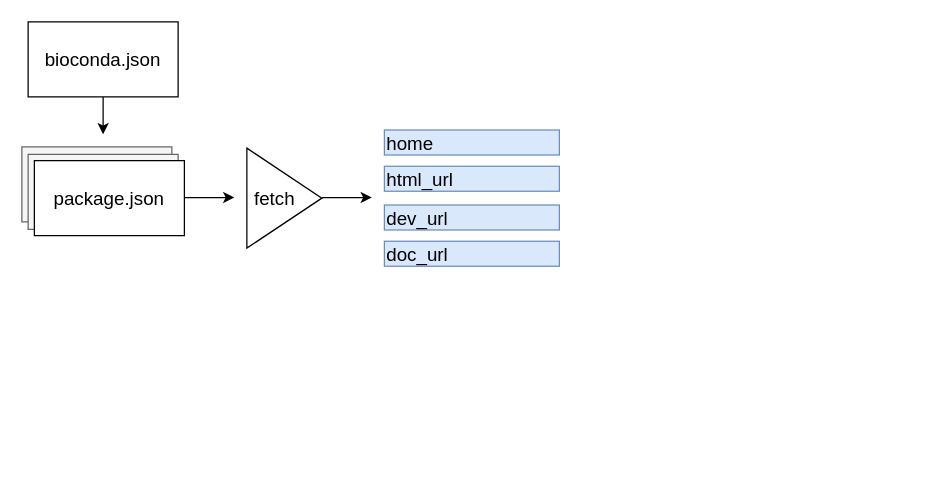
The draw.io diagram images/biocondor.drawio in telatin/blank-gh-site, before the edit. Source tidied: cells renumbered, new cells numbered last; positions are measured from the earlier drawing's top-left corner, leaving out a move shared by most shapes. Both pictures are drawn from the tidied source at 125%, with x=0, y=0 at pixel (21, 21).
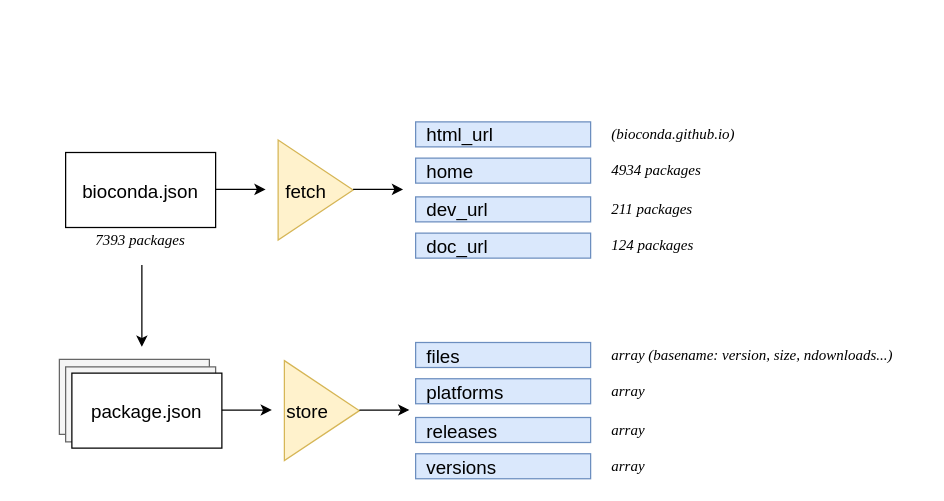
The same diagram, later.

What changed in the source:
```diff
@@
-    <mxCell id="2" style="edgeStyle=orthogonalEdgeStyle;rounded=0;jettySize=auto;html=1;" parent="1" edge="1" source="3">
-      <mxGeometry relative="1" as="geometry">
-        <mxPoint x="65" y="90" as="targetPoint" />
-      </mxGeometry>
-    </mxCell>
     <mxCell id="3" value="bioconda.json" style="rounded=0;whiteSpace=wrap;html=1;fontSize=15;" parent="1" vertex="1">
-      <mxGeometry x="5" width="120" height="60" as="geometry" />
+      <mxGeometry x="35" y="104.5" width="120" height="60" as="geometry" />
     </mxCell>
     <mxCell id="4" style="rounded=0;whiteSpace=wrap;html=1;fillColor=#f5f5f5;strokeColor=#666666;fontColor=#333333;" parent="1" vertex="1">
-      <mxGeometry y="100" width="120" height="60" as="geometry" />
+      <mxGeometry x="30" y="270" width="120" height="60" as="geometry" />
     </mxCell>
     <mxCell id="5" style="rounded=0;whiteSpace=wrap;html=1;fillColor=#f5f5f5;strokeColor=#666666;fontColor=#333333;" parent="1" vertex="1">
-      <mxGeometry x="5" y="106" width="120" height="60" as="geometry" />
+      <mxGeometry x="35" y="276" width="120" height="60" as="geometry" />
     </mxCell>
     <mxCell id="6" value="package.json" style="rounded=0;whiteSpace=wrap;html=1;fontSize=15;" parent="1" vertex="1">
-      <mxGeometry x="10" y="111" width="120" height="60" as="geometry" />
+      <mxGeometry x="40" y="281" width="120" height="60" as="geometry" />
     </mxCell>
-    <mxCell id="7" value="home" style="text;html=1;strokeColor=#6c8ebf;fillColor=#dae8fc;align=left;verticalAlign=middle;whiteSpace=wrap;rounded=0;fontSize=15;" parent="1" vertex="1">
-      <mxGeometry x="290" y="86.5" width="140" height="20" as="geometry" />
+    <mxCell id="7" value="home" style="text;html=1;strokeColor=#6c8ebf;fillColor=#dae8fc;align=left;verticalAlign=middle;whiteSpace=wrap;rounded=0;fontSize=15;spacingTop=0;spacingLeft=7;" parent="1" vertex="1">
+      <mxGeometry x="315" y="109" width="140" height="20" as="geometry" />
     </mxCell>
-    <mxCell id="8" value="html_url" style="text;html=1;strokeColor=#6c8ebf;fillColor=#dae8fc;align=left;verticalAlign=middle;whiteSpace=wrap;rounded=0;fontSize=15;" parent="1" vertex="1">
-      <mxGeometry x="290" y="115.5" width="140" height="20" as="geometry" />
+    <mxCell id="8" value="html_url" style="text;html=1;strokeColor=#6c8ebf;fillColor=#dae8fc;align=left;verticalAlign=middle;whiteSpace=wrap;rounded=0;fontSize=15;spacingTop=0;spacingLeft=7;" parent="1" vertex="1">
+      <mxGeometry x="315" y="80" width="140" height="20" as="geometry" />
     </mxCell>
-    <mxCell id="9" value="dev_url" style="text;html=1;strokeColor=#6c8ebf;fillColor=#dae8fc;align=left;verticalAlign=middle;whiteSpace=wrap;rounded=0;fontSize=15;" parent="1" vertex="1">
-      <mxGeometry x="290" y="146.5" width="140" height="20" as="geometry" />
+    <mxCell id="9" value="dev_url" style="text;html=1;strokeColor=#6c8ebf;fillColor=#dae8fc;align=left;verticalAlign=middle;whiteSpace=wrap;rounded=0;fontSize=15;spacingTop=0;spacingLeft=7;" parent="1" vertex="1">
+      <mxGeometry x="315" y="140" width="140" height="20" as="geometry" />
     </mxCell>
-    <mxCell id="10" value="doc_url" style="text;html=1;strokeColor=#6c8ebf;fillColor=#dae8fc;align=left;verticalAlign=middle;whiteSpace=wrap;rounded=0;fontSize=15;" parent="1" vertex="1">
-      <mxGeometry x="290" y="175.5" width="140" height="20" as="geometry" />
+    <mxCell id="10" value="doc_url" style="text;html=1;strokeColor=#6c8ebf;fillColor=#dae8fc;align=left;verticalAlign=middle;whiteSpace=wrap;rounded=0;fontSize=15;spacingTop=0;spacingLeft=7;" parent="1" vertex="1">
+      <mxGeometry x="315" y="169" width="140" height="20" as="geometry" />
     </mxCell>
-    <mxCell id="11" value="&amp;nbsp;fetch" style="triangle;whiteSpace=wrap;html=1;fontSize=15;align=left;" parent="1" vertex="1">
-      <mxGeometry x="180" y="101" width="60" height="80" as="geometry" />
+    <mxCell id="11" value="&amp;nbsp;fetch" style="triangle;whiteSpace=wrap;html=1;fontSize=15;align=left;fillColor=#fff2cc;strokeColor=#d6b656;" parent="1" vertex="1">
+      <mxGeometry x="205" y="94.5" width="60" height="80" as="geometry" />
     </mxCell>
     <mxCell id="12" style="endArrow=classic;html=1;fontSize=15;" parent="1" edge="1">
       <mxGeometry relative="1" as="geometry">
-        <mxPoint x="130" y="140.5" as="sourcePoint" />
-        <mxPoint x="170" y="140.5" as="targetPoint" />
+        <mxPoint x="155" y="134" as="sourcePoint" />
+        <mxPoint x="195" y="134" as="targetPoint" />
       </mxGeometry>
     </mxCell>
     <mxCell id="13" style="endArrow=classic;html=1;fontSize=15;" parent="1" edge="1">
       <mxGeometry relative="1" as="geometry">
-        <mxPoint x="240" y="140.5" as="sourcePoint" />
-        <mxPoint x="280" y="140.5" as="targetPoint" />
+        <mxPoint x="265" y="134" as="sourcePoint" />
+        <mxPoint x="305" y="134" as="targetPoint" />
       </mxGeometry>
     </mxCell>
+    <mxCell id="14" style="edgeStyle=orthogonalEdgeStyle;rounded=0;orthogonalLoop=1;jettySize=auto;html=1;fontFamily=Times New Roman;" parent="1" edge="1">
+      <mxGeometry relative="1" as="geometry">
+        <mxPoint x="96" y="194.5" as="sourcePoint" />
+        <mxPoint x="96" y="260" as="targetPoint" />
+        <Array as="points">
+          <mxPoint x="96" y="220" />
+          <mxPoint x="96" y="220" />
+        </Array>
+      </mxGeometry>
+    </mxCell>
+    <mxCell id="15" value="7393 packages" style="text;html=1;strokeColor=none;fillColor=none;align=center;verticalAlign=middle;whiteSpace=wrap;rounded=0;fontStyle=2;fontFamily=Times New Roman;" parent="1" vertex="1">
+      <mxGeometry x="35" y="164.5" width="120" height="20" as="geometry" />
+    </mxCell>
+    <mxCell id="16" value="4934 packages" style="text;html=1;strokeColor=none;fillColor=none;align=left;verticalAlign=middle;whiteSpace=wrap;rounded=0;fontStyle=2;fontFamily=Times New Roman;" parent="1" vertex="1">
+      <mxGeometry x="470" y="109" width="120" height="20" as="geometry" />
+    </mxCell>
+    <mxCell id="17" value="(bioconda.github.io)" style="text;html=1;strokeColor=none;fillColor=none;align=left;verticalAlign=middle;whiteSpace=wrap;rounded=0;fontStyle=2;fontFamily=Times New Roman;" parent="1" vertex="1">
+      <mxGeometry x="470" y="80" width="120" height="20" as="geometry" />
+    </mxCell>
+    <mxCell id="18" value="211 packages" style="text;html=1;strokeColor=none;fillColor=none;align=left;verticalAlign=middle;whiteSpace=wrap;rounded=0;fontStyle=2;fontFamily=Times New Roman;" parent="1" vertex="1">
+      <mxGeometry x="470" y="140" width="120" height="20" as="geometry" />
+    </mxCell>
+    <mxCell id="19" value="124 packages" style="text;html=1;strokeColor=none;fillColor=none;align=left;verticalAlign=middle;whiteSpace=wrap;rounded=0;fontStyle=2;fontFamily=Times New Roman;" parent="1" vertex="1">
+      <mxGeometry x="470" y="169" width="120" height="20" as="geometry" />
+    </mxCell>
+    <mxCell id="20" value="&lt;div align=&quot;left&quot;&gt;store&lt;/div&gt;" style="triangle;whiteSpace=wrap;html=1;fontSize=15;align=left;fillColor=#fff2cc;strokeColor=#d6b656;" parent="1" vertex="1">
+      <mxGeometry x="210" y="271" width="60" height="80" as="geometry" />
+    </mxCell>
+    <mxCell id="21" style="endArrow=classic;html=1;fontSize=15;" parent="1" edge="1">
+      <mxGeometry relative="1" as="geometry">
+        <mxPoint x="160" y="310.5" as="sourcePoint" />
+        <mxPoint x="200" y="310.5" as="targetPoint" />
+      </mxGeometry>
+    </mxCell>
+    <mxCell id="22" style="endArrow=classic;html=1;fontSize=15;" parent="1" edge="1">
+      <mxGeometry relative="1" as="geometry">
+        <mxPoint x="270" y="310.5" as="sourcePoint" />
+        <mxPoint x="310" y="310.5" as="targetPoint" />
+      </mxGeometry>
+    </mxCell>
+    <mxCell id="23" value="files" style="text;html=1;strokeColor=#6c8ebf;fillColor=#dae8fc;align=left;verticalAlign=middle;whiteSpace=wrap;rounded=0;fontSize=15;spacingTop=0;spacingLeft=7;" parent="1" vertex="1">
+      <mxGeometry x="315" y="256.5" width="140" height="20" as="geometry" />
+    </mxCell>
+    <mxCell id="24" value="platforms" style="text;html=1;strokeColor=#6c8ebf;fillColor=#dae8fc;align=left;verticalAlign=middle;whiteSpace=wrap;rounded=0;fontSize=15;spacingTop=0;spacingLeft=7;" parent="1" vertex="1">
+      <mxGeometry x="315" y="285.5" width="140" height="20" as="geometry" />
+    </mxCell>
+    <mxCell id="25" value="releases" style="text;html=1;strokeColor=#6c8ebf;fillColor=#dae8fc;align=left;verticalAlign=middle;whiteSpace=wrap;rounded=0;fontSize=15;spacingTop=0;spacingLeft=7;" parent="1" vertex="1">
+      <mxGeometry x="315" y="316.5" width="140" height="20" as="geometry" />
+    </mxCell>
+    <mxCell id="26" value="versions" style="text;html=1;strokeColor=#6c8ebf;fillColor=#dae8fc;align=left;verticalAlign=middle;whiteSpace=wrap;rounded=0;fontSize=15;spacingTop=0;spacingLeft=7;" parent="1" vertex="1">
+      <mxGeometry x="315" y="345.5" width="140" height="20" as="geometry" />
+    </mxCell>
+    <mxCell id="27" value="&lt;div&gt;array (basename: version, size, ndownloads...)&lt;/div&gt;" style="text;html=1;strokeColor=none;fillColor=none;align=left;verticalAlign=middle;whiteSpace=wrap;rounded=0;fontStyle=2;fontFamily=Times New Roman;" parent="1" vertex="1">
+      <mxGeometry x="470" y="256.5" width="250" height="20" as="geometry" />
+    </mxCell>
+    <mxCell id="28" value="&lt;div&gt;array&lt;br&gt;&lt;/div&gt;" style="text;html=1;strokeColor=none;fillColor=none;align=left;verticalAlign=middle;whiteSpace=wrap;rounded=0;fontStyle=2;fontFamily=Times New Roman;" parent="1" vertex="1">
+      <mxGeometry x="470" y="285.5" width="120" height="20" as="geometry" />
+    </mxCell>
+    <mxCell id="29" value="array" style="text;html=1;strokeColor=none;fillColor=none;align=left;verticalAlign=middle;whiteSpace=wrap;rounded=0;fontStyle=2;fontFamily=Times New Roman;" parent="1" vertex="1">
+      <mxGeometry x="470" y="316.5" width="120" height="20" as="geometry" />
+    </mxCell>
+    <mxCell id="30" value="array" style="text;html=1;strokeColor=none;fillColor=none;align=left;verticalAlign=middle;whiteSpace=wrap;rounded=0;fontStyle=2;fontFamily=Times New Roman;" parent="1" vertex="1">
+      <mxGeometry x="470" y="345.5" width="120" height="20" as="geometry" />
+    </mxCell>
```
